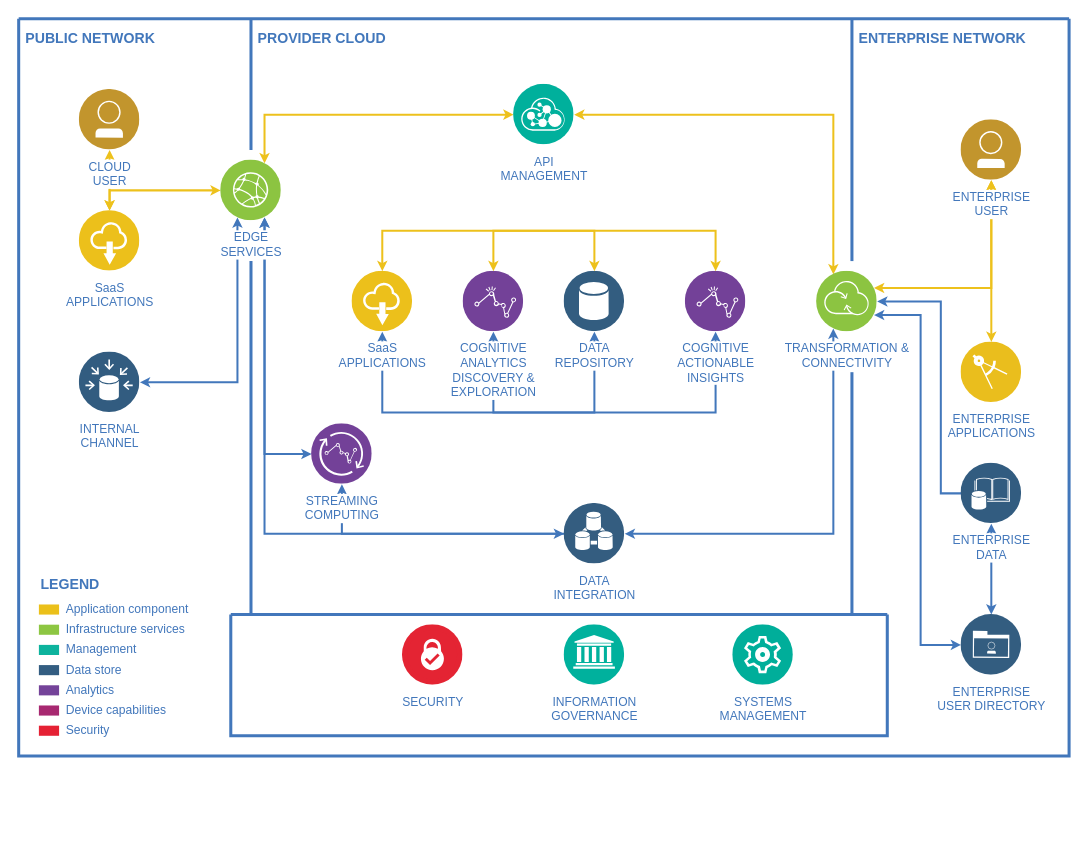
The draw.io diagram diagrams/multi-tenant-app-architecture.drawio in karimdeif/multi-tenancy, before the edit. Source tidied: cells renumbered, new cells numbered last; positions are measured from the earlier drawing's top-left corner, leaving out a move shared by most shapes. Both pictures are drawn from the tidied source at 101%, with x=0, y=0 at pixel (18, 18). Pictures stored in the file or linked from it are replaced by grey dashed boxes.
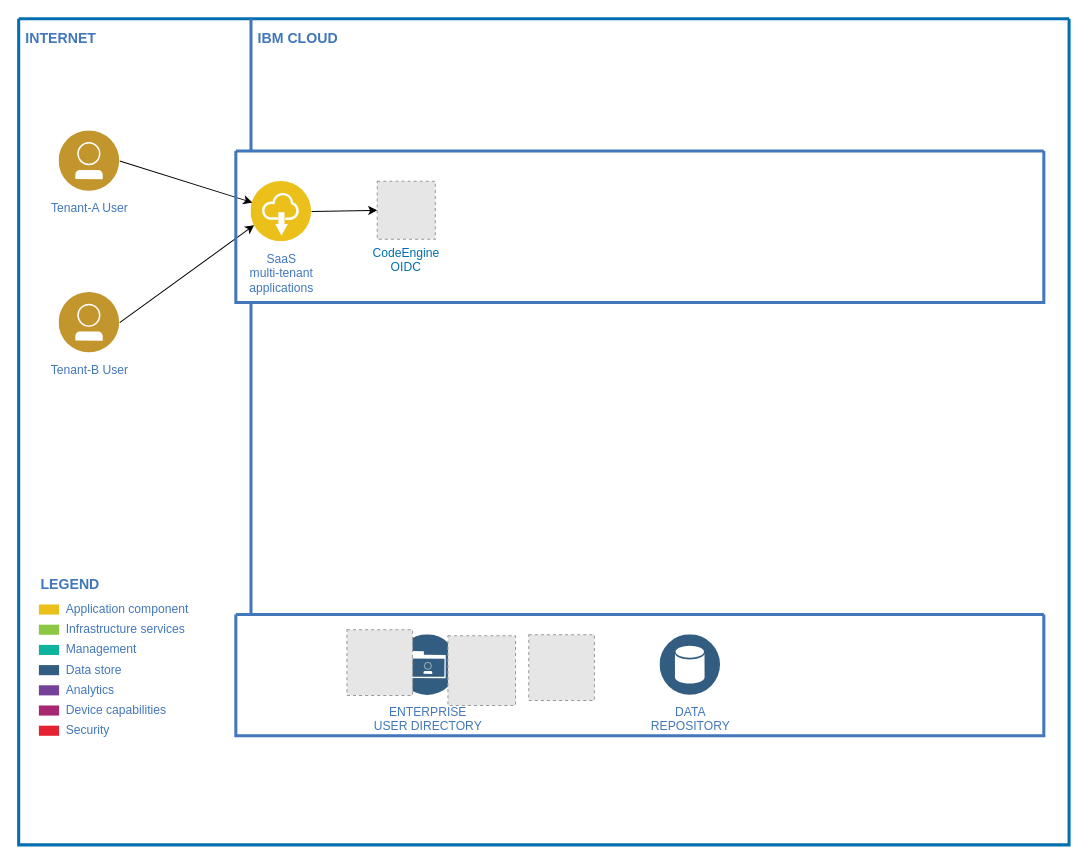
Above is the later version.

Diff of the diagram source:
```diff
@@
-    <mxCell id="2" style="swimlane;shadow=0;strokeColor=#4277BB;fillColor=#ffffff;fontColor=none;align=right;startSize=0;noLabel=1;strokeWidth=3;" parent="1" vertex="1">
-      <mxGeometry width="1040" height="730" as="geometry" />
+    <mxCell id="2" style="swimlane;shadow=0;strokeColor=#006EAF;fillColor=#1ba1e2;fontColor=#ffffff;align=right;startSize=0;noLabel=1;strokeWidth=3;" parent="1" vertex="1">
+      <mxGeometry width="1040" height="818" as="geometry" />
     </mxCell>
-    <mxCell id="3" style="edgeStyle=orthogonalEdgeStyle;rounded=0;html=1;labelBackgroundColor=#ffffff;jettySize=auto;strokeColor=#EDC11C;fontColor=#000000;startArrow=classic;startFill=1;strokeWidth=2;endSize=4;startSize=4;" parent="2" edge="1" source="20" target="22">
-      <mxGeometry relative="1" as="geometry" />
-    </mxCell>
-    <mxCell id="4" style="edgeStyle=orthogonalEdgeStyle;rounded=0;html=1;entryX=0.75;entryY=1;labelBackgroundColor=#ffffff;jettySize=auto;strokeColor=#4277BB;fontColor=#000000;strokeWidth=2;endSize=4;startSize=4;startArrow=classic;startFill=1;" parent="2" edge="1" source="30" target="24">
-      <mxGeometry relative="1" as="geometry" />
-    </mxCell>
-    <mxCell id="5" style="edgeStyle=orthogonalEdgeStyle;rounded=0;html=1;entryX=0.25;entryY=1;labelBackgroundColor=#ffffff;jettySize=auto;strokeColor=#4277BB;fontColor=#000000;strokeWidth=2;endSize=4;startSize=4;startArrow=classic;startFill=1;" parent="2" edge="1" source="23" target="24">
-      <mxGeometry relative="1" as="geometry" />
-    </mxCell>
-    <mxCell id="6" style="edgeStyle=orthogonalEdgeStyle;rounded=0;html=1;entryX=0.25;entryY=0;labelBackgroundColor=#ffffff;jettySize=auto;strokeColor=#EDC11C;fontColor=#000000;startArrow=classic;strokeWidth=2;endSize=4;startSize=4;" parent="2" edge="1" source="25" target="32">
-      <mxGeometry relative="1" as="geometry" />
-    </mxCell>
-    <mxCell id="7" style="edgeStyle=orthogonalEdgeStyle;rounded=0;html=1;entryX=0.75;entryY=0;labelBackgroundColor=#ffffff;jettySize=auto;strokeColor=#EDC11C;fontColor=#000000;startArrow=classic;strokeWidth=2;endSize=4;startSize=4;" parent="2" edge="1" source="25" target="24">
-      <mxGeometry relative="1" as="geometry">
-        <Array as="points">
-          <mxPoint x="243" y="95" />
-        </Array>
-      </mxGeometry>
-    </mxCell>
-    <mxCell id="8" style="edgeStyle=orthogonalEdgeStyle;rounded=0;html=1;labelBackgroundColor=#ffffff;jettySize=auto;strokeColor=#4277BB;fontColor=#000000;strokeWidth=2;endSize=4;startSize=4;startArrow=classic;startFill=1;" parent="2" edge="1" source="26" target="29">
-      <mxGeometry relative="1" as="geometry">
-        <Array as="points">
-          <mxPoint x="360" y="390" />
-          <mxPoint x="690" y="390" />
-        </Array>
-      </mxGeometry>
-    </mxCell>
-    <mxCell id="9" style="edgeStyle=orthogonalEdgeStyle;rounded=0;html=1;labelBackgroundColor=#ffffff;jettySize=auto;strokeColor=#EDC11C;fontColor=#000000;startArrow=classic;strokeWidth=2;endSize=4;startSize=4;" parent="2" edge="1" source="26" target="29">
-      <mxGeometry relative="1" as="geometry">
-        <Array as="points">
-          <mxPoint x="360" y="210" />
-          <mxPoint x="690" y="210" />
-        </Array>
-      </mxGeometry>
-    </mxCell>
-    <mxCell id="10" style="edgeStyle=orthogonalEdgeStyle;rounded=0;html=1;labelBackgroundColor=#ffffff;jettySize=auto;strokeColor=#4277BB;fontColor=#000000;strokeWidth=2;endSize=4;startSize=4;startArrow=classic;startFill=1;" parent="2" edge="1" source="27" target="28">
-      <mxGeometry relative="1" as="geometry">
-        <Array as="points">
-          <mxPoint x="470" y="390" />
-          <mxPoint x="570" y="390" />
-        </Array>
-      </mxGeometry>
-    </mxCell>
-    <mxCell id="11" style="edgeStyle=orthogonalEdgeStyle;rounded=0;html=1;labelBackgroundColor=#ffffff;jettySize=auto;strokeColor=#EDC11C;fontColor=#000000;startArrow=classic;strokeWidth=2;endSize=4;startSize=4;" parent="2" edge="1" source="27" target="28">
-      <mxGeometry relative="1" as="geometry">
-        <Array as="points">
-          <mxPoint x="470" y="210" />
-          <mxPoint x="570" y="210" />
-        </Array>
-      </mxGeometry>
-    </mxCell>
-    <mxCell id="12" style="edgeStyle=orthogonalEdgeStyle;rounded=0;html=1;labelBackgroundColor=#ffffff;jettySize=auto;strokeColor=#4277BB;fontColor=#000000;entryX=0.75;entryY=1;strokeWidth=2;endSize=4;startSize=4;startArrow=classic;startFill=1;" parent="2" edge="1" source="31" target="24">
-      <mxGeometry relative="1" as="geometry">
-        <Array as="points">
-          <mxPoint x="243" y="510" />
-        </Array>
-      </mxGeometry>
-    </mxCell>
-    <mxCell id="13" style="edgeStyle=orthogonalEdgeStyle;rounded=0;html=1;entryX=0.25;entryY=1;labelBackgroundColor=#ffffff;jettySize=auto;strokeColor=#4277BB;fontColor=#000000;strokeWidth=2;endSize=4;startSize=4;startArrow=classic;startFill=1;" parent="2" edge="1" source="31" target="32">
-      <mxGeometry relative="1" as="geometry" />
-    </mxCell>
-    <mxCell id="14" style="edgeStyle=orthogonalEdgeStyle;rounded=0;html=1;labelBackgroundColor=#ffffff;jettySize=auto;strokeColor=#EDC11C;fontColor=#000000;startArrow=classic;strokeWidth=2;endSize=4;startSize=4;" parent="2" edge="1" source="33" target="34">
-      <mxGeometry relative="1" as="geometry" />
-    </mxCell>
-    <mxCell id="15" style="edgeStyle=orthogonalEdgeStyle;rounded=0;html=1;entryX=1;entryY=0.25;labelBackgroundColor=#ffffff;jettySize=auto;strokeColor=#EDC11C;fontColor=#000000;startArrow=classic;strokeWidth=2;endSize=4;startSize=4;" parent="2" edge="1" source="33" target="32">
-      <mxGeometry relative="1" as="geometry">
-        <Array as="points">
-          <mxPoint x="963" y="267" />
-        </Array>
-      </mxGeometry>
-    </mxCell>
-    <mxCell id="16" style="edgeStyle=orthogonalEdgeStyle;rounded=0;html=1;entryX=1;entryY=0.5;labelBackgroundColor=#ffffff;jettySize=auto;strokeColor=#4277BB;fontColor=#000000;strokeWidth=2;endSize=4;startSize=4;" parent="2" edge="1" source="35" target="32">
-      <mxGeometry relative="1" as="geometry">
-        <Array as="points">
-          <mxPoint x="913" y="470" />
-          <mxPoint x="913" y="280" />
-        </Array>
-      </mxGeometry>
-    </mxCell>
-    <mxCell id="17" style="edgeStyle=orthogonalEdgeStyle;rounded=0;html=1;labelBackgroundColor=#ffffff;jettySize=auto;strokeColor=#4277BB;fontColor=#000000;strokeWidth=2;endSize=4;startSize=4;startArrow=classic;startFill=1;" parent="2" edge="1" source="35" target="36">
-      <mxGeometry relative="1" as="geometry" />
-    </mxCell>
-    <mxCell id="18" style="edgeStyle=orthogonalEdgeStyle;rounded=0;html=1;entryX=1;entryY=0.75;labelBackgroundColor=#ffffff;jettySize=auto;strokeColor=#4277BB;fontColor=#000000;strokeWidth=2;endSize=4;startSize=4;startArrow=classic;startFill=1;" parent="2" edge="1" source="36" target="32">
-      <mxGeometry relative="1" as="geometry">
-        <Array as="points">
-          <mxPoint x="893" y="620" />
-          <mxPoint x="893" y="293" />
-        </Array>
-      </mxGeometry>
-    </mxCell>
-    <mxCell id="19" style="edgeStyle=orthogonalEdgeStyle;rounded=0;html=1;labelBackgroundColor=#ffffff;jettySize=auto;strokeColor=#4277BB;fontSize=12;fontColor=#4277BB;strokeWidth=2;endSize=4;startSize=4;" parent="2" edge="1" source="31" target="30">
-      <mxGeometry relative="1" as="geometry" />
-    </mxCell>
-    <mxCell id="20" value="CLOUD&lt;div&gt;USER&lt;/div&gt;" style="perimeter=ellipsePerimeter;html=1;align=center;shadow=0;dashed=0;image;image=img/lib/ibm/users/user.svg;strokeColor=#FF0000;fillColor=#FFFF66;gradientColor=none;fontColor=#4277BB;labelBackgroundColor=#ffffff;fontSize=12;spacingTop=3;" parent="2" vertex="1">
-      <mxGeometry x="60" y="70" width="60" height="60" as="geometry" />
+    <mxCell id="20" value="Tenant-A User" style="perimeter=ellipsePerimeter;html=1;align=center;shadow=0;dashed=0;image;image=img/lib/ibm/users/user.svg;strokeColor=#FF0000;fillColor=#FFFF66;gradientColor=none;fontColor=#4277BB;labelBackgroundColor=#ffffff;fontSize=12;spacingTop=3;" parent="2" vertex="1">
+      <mxGeometry x="40" y="111" width="60" height="60" as="geometry" />
     </mxCell>
-    <mxCell id="21" style="edgeStyle=orthogonalEdgeStyle;rounded=0;html=1;labelBackgroundColor=#ffffff;startArrow=classic;startFill=1;startSize=4;endSize=4;jettySize=auto;strokeColor=#EDC11C;strokeWidth=2;fontSize=12;fontColor=#4277BB;" parent="2" edge="1" source="22" target="24">
-      <mxGeometry relative="1" as="geometry">
-        <Array as="points">
-          <mxPoint x="90" y="170" />
-        </Array>
-      </mxGeometry>
-    </mxCell>
-    <mxCell id="22" value="SaaS&lt;div&gt;APPLICATIONS&lt;/div&gt;" style="perimeter=ellipsePerimeter;html=1;align=center;shadow=0;dashed=0;image;image=img/lib/ibm/applications/saas_applications.svg;strokeColor=#FF0000;fillColor=#FFFF66;gradientColor=none;fontColor=#4277BB;labelBackgroundColor=#ffffff;spacingTop=3;" parent="2" vertex="1">
-      <mxGeometry x="60" y="190" width="60" height="60" as="geometry" />
-    </mxCell>
-    <mxCell id="23" value="INTERNAL&lt;div&gt;CHANNEL&lt;/div&gt;" style="perimeter=ellipsePerimeter;html=1;align=center;shadow=0;dashed=0;image;image=img/lib/ibm/data/data_sources.svg;strokeColor=#FF0000;fillColor=#FFFF66;gradientColor=none;fontColor=#4277BB;labelBackgroundColor=#ffffff;spacingTop=3;" parent="2" vertex="1">
-      <mxGeometry x="60" y="330" width="60" height="60" as="geometry" />
-    </mxCell>
-    <mxCell id="24" value="EDGE&lt;div&gt;SERVICES&lt;/div&gt;" style="perimeter=ellipsePerimeter;html=1;align=center;shadow=0;dashed=0;image;image=img/lib/ibm/infrastructure/edge_services.svg;strokeColor=#FF0000;fillColor=#FFFF66;gradientColor=none;fontColor=#4277BB;labelBackgroundColor=#ffffff;spacingTop=3;" parent="2" vertex="1">
-      <mxGeometry x="200" y="140" width="60" height="60" as="geometry" />
-    </mxCell>
-    <mxCell id="25" value="API&lt;div&gt;MANAGEMENT&lt;/div&gt;" style="perimeter=ellipsePerimeter;html=1;align=center;shadow=0;dashed=0;image;image=img/lib/ibm/management/api_management.svg;strokeColor=#FF0000;fillColor=#FFFF66;gradientColor=none;fontColor=#4277BB;labelBackgroundColor=#ffffff;spacingTop=3;" parent="2" vertex="1">
-      <mxGeometry x="490" y="65" width="60" height="60" as="geometry" />
-    </mxCell>
-    <mxCell id="26" value="SaaS&lt;div&gt;APPLICATIONS&lt;/div&gt;" style="perimeter=ellipsePerimeter;html=1;align=center;shadow=0;dashed=0;image;image=img/lib/ibm/applications/saas_applications.svg;strokeColor=#FF0000;fillColor=#FFFF66;gradientColor=none;fontColor=#4277BB;labelBackgroundColor=#ffffff;spacingTop=3;" parent="2" vertex="1">
-      <mxGeometry x="330" y="250" width="60" height="60" as="geometry" />
-    </mxCell>
-    <mxCell id="27" value="COGNITIVE&lt;div&gt;ANALYTICS&lt;/div&gt;&lt;div&gt;DISCOVERY &amp;amp;&lt;/div&gt;&lt;div&gt;EXPLORATION&lt;/div&gt;" style="perimeter=ellipsePerimeter;html=1;align=center;shadow=0;dashed=0;image;image=img/lib/ibm/analytics/analytics.svg;strokeColor=#FF0000;fillColor=#FFFF66;gradientColor=none;fontColor=#4277BB;labelBackgroundColor=#ffffff;spacingTop=3;" parent="2" vertex="1">
-      <mxGeometry x="440" y="250" width="60" height="60" as="geometry" />
-    </mxCell>
     <mxCell id="28" value="DATA&lt;div&gt;REPOSITORY&lt;/div&gt;" style="perimeter=ellipsePerimeter;html=1;align=center;shadow=0;dashed=0;image;image=img/lib/ibm/data/data_services.svg;strokeColor=#FF0000;fillColor=#FFFF66;gradientColor=none;fontColor=#4277BB;labelBackgroundColor=#ffffff;spacingTop=3;" parent="2" vertex="1">
-      <mxGeometry x="540" y="250" width="60" height="60" as="geometry" />
+      <mxGeometry x="635" y="610" width="60" height="60" as="geometry" />
     </mxCell>
-    <mxCell id="29" value="COGNITIVE&lt;div&gt;ACTIONABLE&lt;/div&gt;&lt;div&gt;INSIGHTS&lt;/div&gt;" style="perimeter=ellipsePerimeter;html=1;align=center;shadow=0;dashed=0;image;image=img/lib/ibm/analytics/analytics.svg;strokeColor=#FF0000;fillColor=#FFFF66;gradientColor=none;fontColor=#4277BB;labelBackgroundColor=#ffffff;spacingTop=3;" parent="2" vertex="1">
-      <mxGeometry x="660" y="250" width="60" height="60" as="geometry" />
-    </mxCell>
-    <mxCell id="30" value="STREAMING&lt;div&gt;COMPUTING&lt;/div&gt;" style="perimeter=ellipsePerimeter;html=1;align=center;shadow=0;dashed=0;image;image=img/lib/ibm/analytics/streaming_computing.svg;strokeColor=#FF0000;fillColor=#FFFF66;gradientColor=none;fontColor=#4277BB;labelBackgroundColor=#ffffff;spacingTop=3;" parent="2" vertex="1">
-      <mxGeometry x="290" y="401" width="60" height="60" as="geometry" />
-    </mxCell>
-    <mxCell id="31" value="DATA&lt;div&gt;INTEGRATION&lt;/div&gt;" style="perimeter=ellipsePerimeter;html=1;align=center;shadow=0;dashed=0;image;image=img/lib/ibm/data/device_registry.svg;strokeColor=#FF0000;fillColor=#FFFF66;gradientColor=none;fontColor=#4277BB;labelBackgroundColor=#ffffff;spacingTop=3;" parent="2" vertex="1">
-      <mxGeometry x="540" y="480" width="60" height="60" as="geometry" />
-    </mxCell>
-    <mxCell id="32" value="TRANSFORMATION &amp;amp;&lt;div&gt;CONNECTIVITY&lt;/div&gt;" style="perimeter=ellipsePerimeter;html=1;align=center;shadow=0;dashed=0;image;image=img/lib/ibm/infrastructure/transformation_connectivity.svg;strokeColor=#FF0000;fillColor=#FFFF66;gradientColor=none;fontColor=#4277BB;labelBackgroundColor=#ffffff;spacingTop=3;" parent="2" vertex="1">
-      <mxGeometry x="790" y="250" width="60" height="60" as="geometry" />
-    </mxCell>
-    <mxCell id="33" value="ENTERPRISE&lt;div&gt;USER&lt;/div&gt;" style="perimeter=ellipsePerimeter;html=1;align=center;shadow=0;dashed=0;image;image=img/lib/ibm/users/user.svg;strokeColor=#FF0000;fillColor=#FFFF66;gradientColor=none;fontColor=#4277BB;labelBackgroundColor=#ffffff;spacingTop=3;" parent="2" vertex="1">
-      <mxGeometry x="933" y="100" width="60" height="60" as="geometry" />
-    </mxCell>
-    <mxCell id="34" value="ENTERPRISE&lt;div&gt;APPLICATIONS&lt;/div&gt;" style="perimeter=ellipsePerimeter;html=1;align=center;shadow=0;dashed=0;image;image=img/lib/ibm/applications/enterprise_applications.svg;strokeColor=#FF0000;fillColor=#FFFF66;gradientColor=none;fontColor=#4277BB;labelBackgroundColor=#ffffff;spacingTop=3;" parent="2" vertex="1">
-      <mxGeometry x="933" y="320" width="60" height="60" as="geometry" />
-    </mxCell>
-    <mxCell id="35" value="ENTERPRISE&lt;div&gt;DATA&lt;/div&gt;" style="perimeter=ellipsePerimeter;html=1;align=center;shadow=0;dashed=0;image;image=img/lib/ibm/data/enterprise_data.svg;strokeColor=#FF0000;fillColor=#FFFF66;gradientColor=none;fontColor=#4277BB;labelBackgroundColor=#ffffff;spacingTop=3;" parent="2" vertex="1">
-      <mxGeometry x="933" y="440" width="60" height="60" as="geometry" />
-    </mxCell>
     <mxCell id="36" value="ENTERPRISE&lt;div&gt;USER DIRECTORY&lt;/div&gt;" style="perimeter=ellipsePerimeter;html=1;align=center;shadow=0;dashed=0;image;image=img/lib/ibm/data/enterprise_user_directory.svg;strokeColor=#FF0000;fillColor=#FFFF66;gradientColor=none;fontColor=#4277BB;labelBackgroundColor=#ffffff;spacingTop=3;" parent="2" vertex="1">
-      <mxGeometry x="933" y="590" width="60" height="60" as="geometry" />
+      <mxGeometry x="375" y="610" width="60" height="60" as="geometry" />
     </mxCell>
-    <mxCell id="37" style="swimlane;shadow=0;labelBackgroundColor=#007FFF;strokeColor=#4277BB;fillColor=none;gradientColor=none;fontColor=#000000;align=right;startSize=0;strokeWidth=3;" parent="2" vertex="1">
-      <mxGeometry x="210" y="590" width="650" height="120" as="geometry" />
-    </mxCell>
-    <mxCell id="38" value="SECURITY" style="perimeter=ellipsePerimeter;html=1;align=center;shadow=0;dashed=0;image;image=img/lib/ibm/blockchain/certificate_authority.svg;strokeColor=#FF0000;fillColor=#FFFF66;gradientColor=none;fontColor=#4277BB;labelBackgroundColor=#ffffff;spacingTop=3;" parent="37" vertex="1">
-      <mxGeometry x="170" y="10" width="60" height="60" as="geometry" />
-    </mxCell>
-    <mxCell id="39" value="INFORMATION&lt;div&gt;GOVERNANCE&lt;/div&gt;" style="perimeter=ellipsePerimeter;html=1;align=center;shadow=0;dashed=0;image;image=img/lib/ibm/management/information_governance.svg;strokeColor=#FF0000;fillColor=#FFFF66;gradientColor=none;fontColor=#4277BB;labelBackgroundColor=#ffffff;spacingTop=3;" parent="37" vertex="1">
-      <mxGeometry x="330" y="10" width="60" height="60" as="geometry" />
-    </mxCell>
-    <mxCell id="40" value="SYSTEMS&lt;div&gt;MANAGEMENT&lt;/div&gt;" style="perimeter=ellipsePerimeter;html=1;align=center;shadow=0;dashed=0;image;image=img/lib/ibm/management/cluster_management.svg;strokeColor=#FF0000;fillColor=#FFFF66;gradientColor=none;fontColor=#4277BB;labelBackgroundColor=#ffffff;spacingTop=3;" parent="37" vertex="1">
-      <mxGeometry x="497" y="10" width="60" height="60" as="geometry" />
-    </mxCell>
-    <mxCell id="41" value="PUBLIC NETWORK" style="text;html=1;align=left;verticalAlign=middle;fontColor=#4277BB;shadow=0;dashed=0;strokeColor=none;fillColor=none;labelBackgroundColor=none;fontStyle=1;fontSize=14;spacingLeft=5;" parent="2" vertex="1">
+    <mxCell id="41" value="INTERNET" style="text;html=1;align=left;verticalAlign=middle;fontColor=#4277BB;shadow=0;dashed=0;strokeColor=none;fillColor=none;labelBackgroundColor=none;fontStyle=1;fontSize=14;spacingLeft=5;" parent="2" vertex="1">
       <mxGeometry y="10" width="150" height="20" as="geometry" />
     </mxCell>
@@
     <mxCell id="43" style="line;strokeWidth=3;direction=south;html=1;shadow=0;labelBackgroundColor=none;fillColor=none;gradientColor=none;fontSize=12;fontColor=#4277BB;align=right;strokeColor=#4277BB;" parent="2" vertex="1">
-      <mxGeometry x="225" y="240" width="10" height="350" as="geometry" />
+      <mxGeometry x="225" y="280" width="10" height="310" as="geometry" />
     </mxCell>
-    <mxCell id="44" style="line;strokeWidth=3;direction=south;html=1;shadow=0;labelBackgroundColor=none;fillColor=none;gradientColor=none;fontSize=12;fontColor=#4277BB;align=right;strokeColor=#4277BB;" parent="2" vertex="1">
-      <mxGeometry x="820" y="350" width="10" height="240" as="geometry" />
-    </mxCell>
-    <mxCell id="45" style="line;strokeWidth=3;direction=south;html=1;shadow=0;labelBackgroundColor=none;fillColor=none;gradientColor=none;fontSize=12;fontColor=#4277BB;align=right;strokeColor=#4277BB;" parent="2" vertex="1">
-      <mxGeometry x="820" width="10" height="240" as="geometry" />
-    </mxCell>
-    <mxCell id="46" value="PROVIDER CLOUD" style="text;html=1;align=left;verticalAlign=middle;fontColor=#4277BB;shadow=0;dashed=0;strokeColor=none;fillColor=none;labelBackgroundColor=none;fontStyle=1;fontSize=14;spacingLeft=5;" parent="2" vertex="1">
+    <mxCell id="46" value="IBM CLOUD" style="text;html=1;align=left;verticalAlign=middle;fontColor=#4277BB;shadow=0;dashed=0;strokeColor=none;fillColor=none;labelBackgroundColor=none;fontStyle=1;fontSize=14;spacingLeft=5;" parent="2" vertex="1">
       <mxGeometry x="230" y="10" width="150" height="20" as="geometry" />
     </mxCell>
-    <mxCell id="47" value="ENTERPRISE NETWORK" style="text;html=1;align=left;verticalAlign=middle;fontColor=#4277BB;shadow=0;dashed=0;strokeColor=none;fillColor=none;labelBackgroundColor=none;fontStyle=1;fontSize=14;spacingLeft=5;" parent="2" vertex="1">
-      <mxGeometry x="825" y="10" width="185" height="20" as="geometry" />
-    </mxCell>
@@
+    <mxCell id="56" value="CodeEngine&#10;OIDC" style="fillColor=#E6E6E6;strokeColor=#999999;dashed=1;verticalLabelPosition=bottom;labelBackgroundColor=#ffffff;verticalAlign=top;fontColor=#006EAF;" parent="2" vertex="1">
+      <mxGeometry x="355" y="161" width="57.5" height="57.5" as="geometry" />
+    </mxCell>
+    <mxCell id="57" style="fillColor=#E6E6E6;strokeColor=#999999;dashed=1;verticalLabelPosition=bottom;labelBackgroundColor=#ffffff;verticalAlign=top;" parent="2" vertex="1">
+      <mxGeometry x="425" y="611" width="66.9" height="69" as="geometry" />
+    </mxCell>
+    <mxCell id="26" value="SaaS&lt;div&gt;multi-tenant&lt;/div&gt;&lt;div&gt;applications&lt;/div&gt;" style="perimeter=ellipsePerimeter;html=1;align=center;shadow=0;dashed=0;image;image=img/lib/ibm/applications/saas_applications.svg;strokeColor=#FF0000;fillColor=#FFFF66;gradientColor=none;fontColor=#4277BB;labelBackgroundColor=#ffffff;spacingTop=3;" parent="2" vertex="1">
+      <mxGeometry x="230" y="161" width="60" height="60" as="geometry" />
+    </mxCell>
+    <mxCell id="58" value="Tenant-B User" style="perimeter=ellipsePerimeter;html=1;align=center;shadow=0;dashed=0;image;image=img/lib/ibm/users/user.svg;strokeColor=#FF0000;fillColor=#FFFF66;gradientColor=none;fontColor=#4277BB;labelBackgroundColor=#ffffff;fontSize=12;spacingTop=3;" parent="2" vertex="1">
+      <mxGeometry x="40" y="271" width="60" height="60" as="geometry" />
+    </mxCell>
+    <mxCell id="59" style="endArrow=classic;html=1;fontColor=#6666FF;exitX=1;exitY=0.5;exitDx=0;exitDy=0;" parent="2" edge="1" source="20" target="26">
+      <mxGeometry relative="1" as="geometry" />
+    </mxCell>
+    <mxCell id="60" style="endArrow=classic;html=1;fontColor=#6666FF;exitX=1;exitY=0.5;exitDx=0;exitDy=0;entryX=0;entryY=0.75;entryDx=0;entryDy=0;" parent="2" edge="1" source="58" target="26">
+      <mxGeometry relative="1" as="geometry" />
+    </mxCell>
+    <mxCell id="61" style="fillColor=#E6E6E6;strokeColor=#999999;dashed=1;verticalLabelPosition=bottom;labelBackgroundColor=#ffffff;verticalAlign=top;" parent="2" vertex="1">
+      <mxGeometry x="325" y="605" width="65" height="65" as="geometry" />
+    </mxCell>
+    <mxCell id="62" style="fillColor=#E6E6E6;strokeColor=#999999;dashed=1;verticalLabelPosition=bottom;labelBackgroundColor=#ffffff;verticalAlign=top;" parent="2" vertex="1">
+      <mxGeometry x="505" y="610" width="65" height="65" as="geometry" />
+    </mxCell>
+    <mxCell id="63" style="endArrow=classic;html=1;fontColor=#006EAF;exitX=1;exitY=0.5;exitDx=0;exitDy=0;entryX=0;entryY=0.5;entryDx=0;entryDy=0;" parent="2" edge="1" source="26" target="56">
+      <mxGeometry relative="1" as="geometry" />
+    </mxCell>
+    <mxCell id="64" style="swimlane;shadow=0;labelBackgroundColor=#007FFF;strokeColor=#4277BB;fillColor=none;gradientColor=none;fontColor=#000000;align=right;startSize=0;strokeWidth=3;" parent="1" vertex="1">
+      <mxGeometry x="215" y="590" width="800" height="120" as="geometry" />
+    </mxCell>
+    <mxCell id="65" style="swimlane;shadow=0;labelBackgroundColor=#007FFF;strokeColor=#4277BB;fillColor=none;gradientColor=none;fontColor=#000000;align=right;startSize=0;strokeWidth=3;" parent="1" vertex="1">
+      <mxGeometry x="215" y="131" width="800" height="150" as="geometry" />
+    </mxCell>
```
